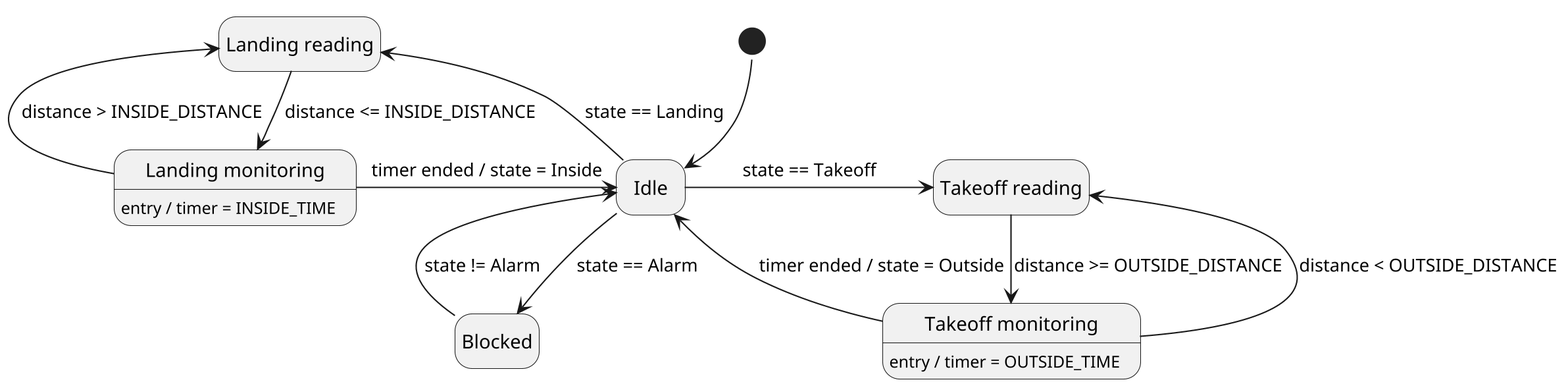
Before: assignments/02-sdh/doc/tasks/ddd.png, a diagram exported from PlantUML (the-real-deal/unibo-iot-didospita).
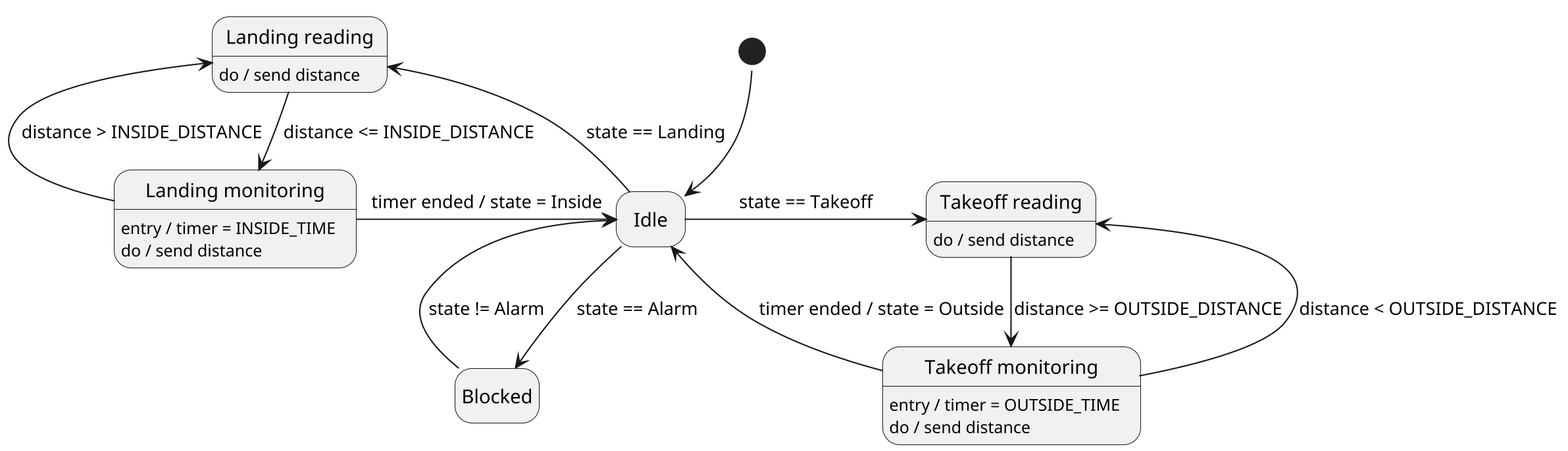
After the change.

Commit message:
docs(ddd task): send distance action in states

Diff of the diagram source:
```diff
@@ -10,14 +10,18 @@
 state "Blocked" as blocked
 
 state "Takeoff reading" as takeoffReading
+takeoffReading : do / send distance
 
 state "Takeoff monitoring" as takeoffMonitoring
 takeoffMonitoring : entry / timer = OUTSIDE_TIME
+takeoffMonitoring : do / send distance
 
 state "Landing reading" as landingReading
+landingReading : do / send distance
 
 state "Landing monitoring" as landingMonitoring
 landingMonitoring : entry / timer = INSIDE_TIME
+landingMonitoring : do / send distance
 
 start -d-> idle
 
```
